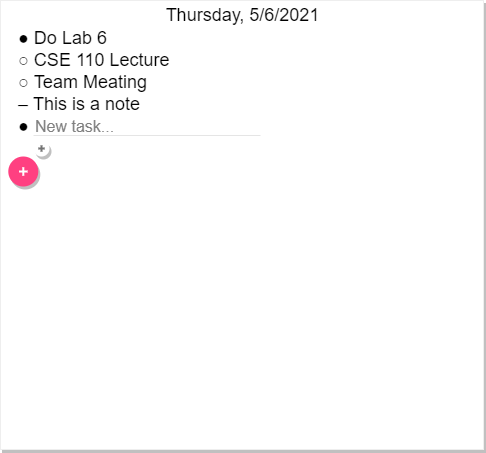
cse110-sp21-group29/cse110-sp21-group29 keeps this draw.io diagram as specs/editor.drawio.png. Above is the earlier version. Source tidied: cells renumbered, new cells last; positions are measured from the earlier drawing's top-left corner, leaving out a move shared by most shapes. The source it was exported from:
```xml
<mxGraphModel>
  <root>
    <mxCell id="0" />
    <mxCell id="1" parent="0" />
    <mxCell id="2" value="● Do Lab 6&#10;○ CSE 110 Lecture&#10;○ Team Meating&#10;– This is a note&#10;● &#10;" style="shape=rect;fillColor=#ffffff;strokeColor=#eeeeee;shadow=1;fontColor=#000000;fontSize=18;fontStyle=0;verticalAlign=top;spacingBottom=0;spacingLeft=16;spacingTop=20;align=left;fontFamily=Helvetica;" parent="1" vertex="1">
      <mxGeometry width="483" height="449" as="geometry" />
    </mxCell>
    <mxCell id="3" value="New task..." style="text;fontColor=#808080;fontSize=16;verticalAlign=middle;strokeColor=none;fillColor=none;align=left;" parent="1" vertex="1">
      <mxGeometry x="33" y="110" width="227" height="30" as="geometry" />
    </mxCell>
    <mxCell id="4" style="dashed=0;shape=line;strokeWidth=1;noLabel=1;strokeColor=#cccccc;opacity=50;fontFamily=Helvetica;fontSize=18;align=left;" parent="1" vertex="1">
      <mxGeometry x="33" y="130" width="227" height="10" as="geometry" />
    </mxCell>
    <mxCell id="5" style="shape=ellipse;dashed=0;strokeColor=none;shadow=1;fontSize=13;align=center;verticalAlign=top;labelPosition=center;verticalLabelPosition=bottom;html=1;" parent="1" vertex="1">
      <mxGeometry x="33" y="140" width="16" height="16" as="geometry" />
    </mxCell>
    <mxCell id="6" style="dashed=0;html=1;shape=mxgraph.gmdl.plus;strokeColor=#737373;strokeWidth=2;shadow=0;" parent="5" vertex="1">
      <mxGeometry x="4.8" y="4.8" width="6.4" height="6.4" as="geometry" />
    </mxCell>
    <mxCell id="7" style="shape=ellipse;fillColor=#FF4081;strokeColor=none;shadow=1;fontFamily=Helvetica;fontSize=18;align=left;" parent="1" vertex="1">
      <mxGeometry x="7.8" y="156" width="30" height="30" as="geometry" />
    </mxCell>
    <mxCell id="8" style="dashed=0;html=1;shape=mxgraph.gmdl.plus;strokeColor=#ffffff;strokeWidth=2;shadow=0;" parent="7" vertex="1">
      <mxGeometry x="10.7" y="10.7" width="8.6" height="8.6" as="geometry" />
    </mxCell>
    <mxCell id="9" value="&lt;span style=&quot;color: rgb(0 , 0 , 0) ; text-align: left&quot;&gt;Thursday, 5/6/2021&lt;/span&gt;" style="text;html=1;align=center;verticalAlign=middle;fontSize=18;fontFamily=Helvetica;" parent="1" vertex="1">
      <mxGeometry x="156.5" width="170" height="30" as="geometry" />
    </mxCell>
  </root>
</mxGraphModel>
```
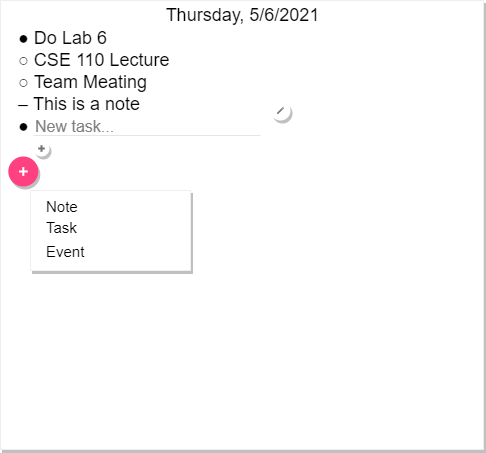
Later version of the same file.

Commit message:
Improved graphic

The edit, as a diff of the source:
```diff
@@ -26,5 +26,27 @@
     <mxCell id="9" value="&lt;span style=&quot;color: rgb(0 , 0 , 0) ; text-align: left&quot;&gt;Thursday, 5/6/2021&lt;/span&gt;" style="text;html=1;align=center;verticalAlign=middle;fontSize=18;fontFamily=Helvetica;" parent="1" vertex="1">
       <mxGeometry x="156.5" width="170" height="30" as="geometry" />
     </mxCell>
+    <mxCell id="10" style="shape=ellipse;dashed=0;strokeColor=none;shadow=1;fontSize=13;align=center;verticalAlign=top;labelPosition=center;verticalLabelPosition=bottom;html=1;" parent="1" vertex="1">
+      <mxGeometry x="270" y="100" width="20" height="20" as="geometry" />
+    </mxCell>
+    <mxCell id="11" style="dashed=0;html=1;shape=mxgraph.gmdl.edit;strokeColor=none;fillColor=#737373;shadow=0;" parent="10" vertex="1">
+      <mxGeometry x="6.4" y="6.4" width="7.1" height="7.1" as="geometry" />
+    </mxCell>
+    <mxCell id="12" style="perimeter=none;dashed=0;shape=rect;fillColor=#ffffff;strokeColor=#eeeeee;shadow=1;fontFamily=Helvetica;fontSize=18;align=left;" parent="1" vertex="1">
+      <mxGeometry x="30" y="190" width="160" height="80" as="geometry" />
+    </mxCell>
+    <mxCell id="13" value="Note" style="text;verticalAlign=middle;fontSize=15;spacing=16;fontColor=#000000;" parent="12" vertex="1">
+      <mxGeometry width="160" height="30" relative="1" as="geometry" />
+    </mxCell>
+    <mxCell id="14" value="Task" style="text;verticalAlign=middle;fontSize=15;spacing=16;fontColor=#000000;" parent="12" vertex="1">
+      <mxGeometry width="160" height="32" relative="1" as="geometry">
+        <mxPoint y="20" as="offset" />
+      </mxGeometry>
+    </mxCell>
+    <mxCell id="15" value="Event" style="text;verticalAlign=middle;fontSize=15;spacing=16;fontColor=#000000;" parent="12" vertex="1">
+      <mxGeometry width="160" height="22" relative="1" as="geometry">
+        <mxPoint y="49" as="offset" />
+      </mxGeometry>
+    </mxCell>
   </root>
 </mxGraphModel>
```
